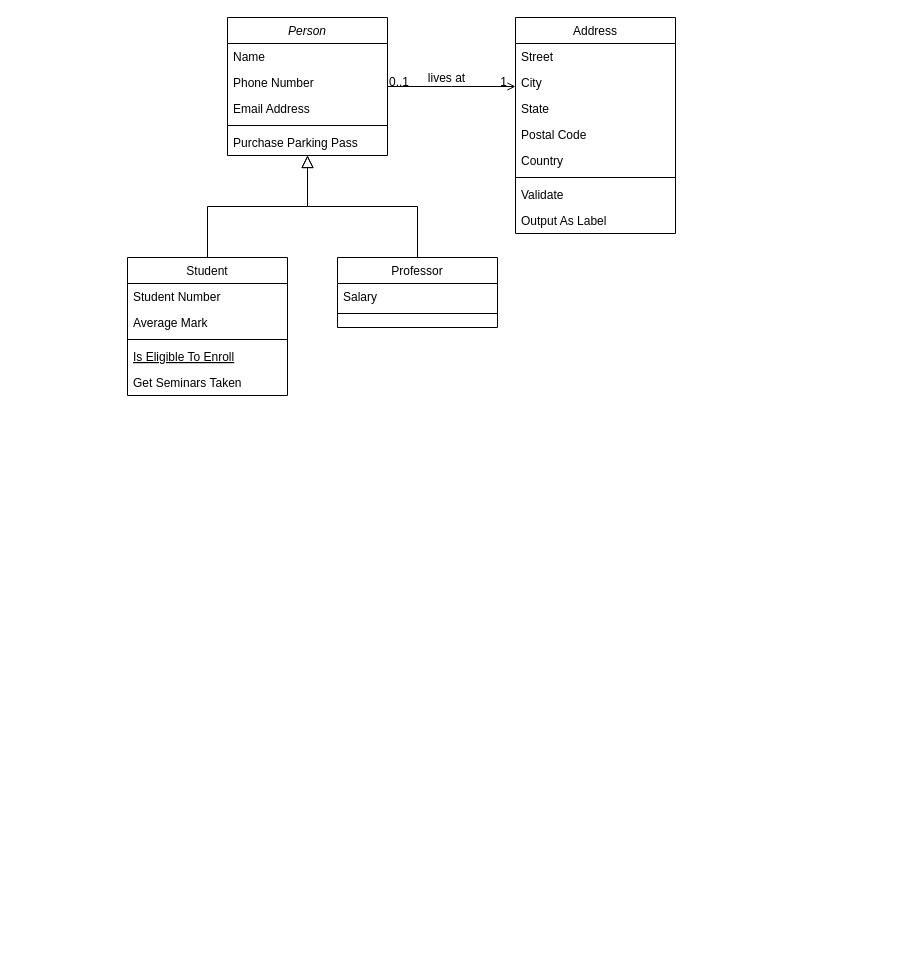
Above: ClassDiagram.drawio in klorb014/blackjack-trainer (draw.io), before the change. Source tidied: cells renumbered, new cells numbered last; positions are measured from the earlier drawing's top-left corner, leaving out a move shared by most shapes. Both pictures are drawn from the tidied source at 100%, with x=0, y=0 at pixel (127, 17).
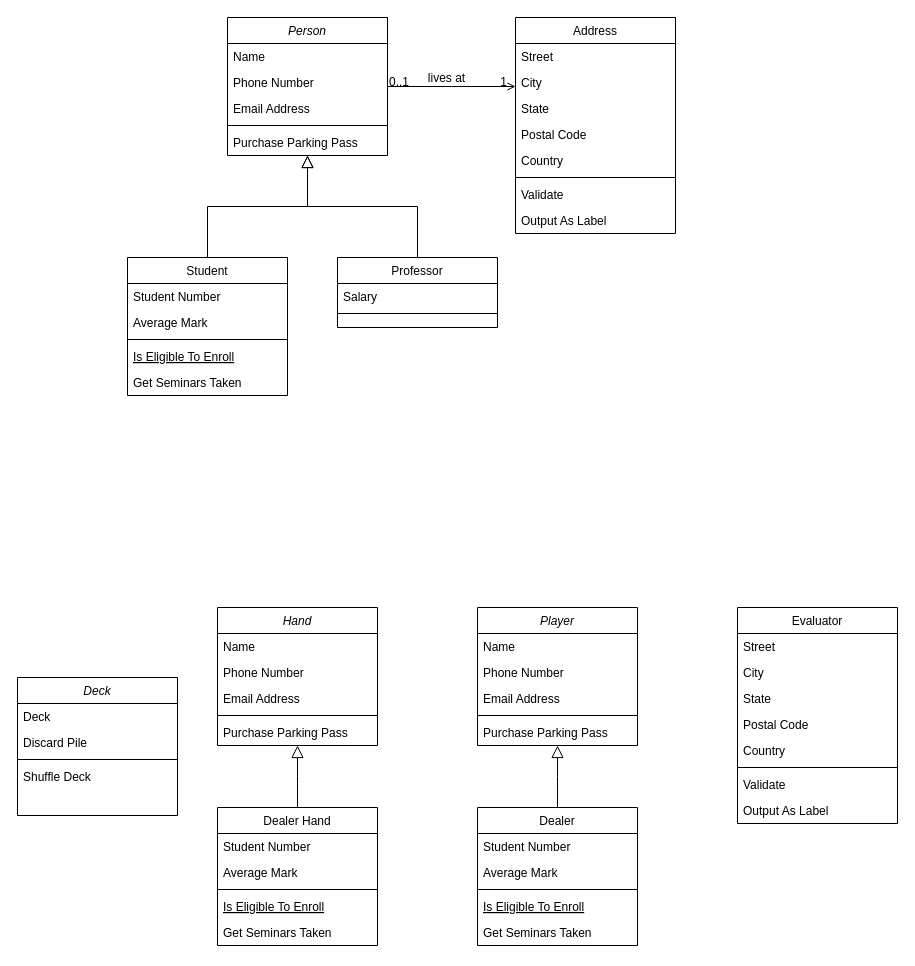
The same page after the edit.

Change to the diagram source:
```diff
@@
+    <mxCell id="32" value="Hand" style="swimlane;fontStyle=2;align=center;verticalAlign=top;horizontal=1;startSize=26;rounded=0;shadow=0;strokeWidth=1;" parent="1" vertex="1">
+      <mxGeometry x="90" y="590" width="160" height="138" as="geometry" />
+    </mxCell>
+    <mxCell id="33" value="Name" style="text;align=left;verticalAlign=top;spacingLeft=4;spacingRight=4;overflow=hidden;" parent="32" vertex="1">
+      <mxGeometry y="26" width="160" height="26" as="geometry" />
+    </mxCell>
+    <mxCell id="34" value="Phone Number" style="text;align=left;verticalAlign=top;spacingLeft=4;spacingRight=4;overflow=hidden;rounded=0;shadow=0;html=0;" parent="32" vertex="1">
+      <mxGeometry y="52" width="160" height="26" as="geometry" />
+    </mxCell>
+    <mxCell id="35" value="Email Address" style="text;align=left;verticalAlign=top;spacingLeft=4;spacingRight=4;overflow=hidden;rounded=0;shadow=0;html=0;" parent="32" vertex="1">
+      <mxGeometry y="78" width="160" height="26" as="geometry" />
+    </mxCell>
+    <mxCell id="36" style="line;html=1;strokeWidth=1;align=left;verticalAlign=middle;spacingTop=-1;spacingLeft=3;spacingRight=3;labelPosition=right;" parent="32" vertex="1">
+      <mxGeometry y="104" width="160" height="8" as="geometry" />
+    </mxCell>
+    <mxCell id="37" value="Purchase Parking Pass" style="text;align=left;verticalAlign=top;spacingLeft=4;spacingRight=4;overflow=hidden;" parent="32" vertex="1">
+      <mxGeometry y="112" width="160" height="26" as="geometry" />
+    </mxCell>
+    <mxCell id="38" value="Dealer Hand" style="swimlane;fontStyle=0;align=center;verticalAlign=top;horizontal=1;startSize=26;rounded=0;shadow=0;strokeWidth=1;" parent="1" vertex="1">
+      <mxGeometry x="90" y="790" width="160" height="138" as="geometry" />
+    </mxCell>
+    <mxCell id="39" value="Student Number" style="text;align=left;verticalAlign=top;spacingLeft=4;spacingRight=4;overflow=hidden;" parent="38" vertex="1">
+      <mxGeometry y="26" width="160" height="26" as="geometry" />
+    </mxCell>
+    <mxCell id="40" value="Average Mark" style="text;align=left;verticalAlign=top;spacingLeft=4;spacingRight=4;overflow=hidden;rounded=0;shadow=0;html=0;" parent="38" vertex="1">
+      <mxGeometry y="52" width="160" height="26" as="geometry" />
+    </mxCell>
+    <mxCell id="41" style="line;html=1;strokeWidth=1;align=left;verticalAlign=middle;spacingTop=-1;spacingLeft=3;spacingRight=3;labelPosition=right;" parent="38" vertex="1">
+      <mxGeometry y="78" width="160" height="8" as="geometry" />
+    </mxCell>
+    <mxCell id="42" value="Is Eligible To Enroll" style="text;align=left;verticalAlign=top;spacingLeft=4;spacingRight=4;overflow=hidden;fontStyle=4;" parent="38" vertex="1">
+      <mxGeometry y="86" width="160" height="26" as="geometry" />
+    </mxCell>
+    <mxCell id="43" value="Get Seminars Taken" style="text;align=left;verticalAlign=top;spacingLeft=4;spacingRight=4;overflow=hidden;" parent="38" vertex="1">
+      <mxGeometry y="112" width="160" height="26" as="geometry" />
+    </mxCell>
+    <mxCell id="44" style="endArrow=block;endSize=10;endFill=0;shadow=0;strokeWidth=1;rounded=0;edgeStyle=elbowEdgeStyle;elbow=vertical;" parent="1" edge="1" source="38" target="32">
+      <mxGeometry relative="1" as="geometry" />
+    </mxCell>
+    <mxCell id="45" value="Evaluator" style="swimlane;fontStyle=0;align=center;verticalAlign=top;horizontal=1;startSize=26;rounded=0;shadow=0;strokeWidth=1;" parent="1" vertex="1">
+      <mxGeometry x="610" y="590" width="160" height="216" as="geometry" />
+    </mxCell>
+    <mxCell id="46" value="Street" style="text;align=left;verticalAlign=top;spacingLeft=4;spacingRight=4;overflow=hidden;" parent="45" vertex="1">
+      <mxGeometry y="26" width="160" height="26" as="geometry" />
+    </mxCell>
+    <mxCell id="47" value="City" style="text;align=left;verticalAlign=top;spacingLeft=4;spacingRight=4;overflow=hidden;rounded=0;shadow=0;html=0;" parent="45" vertex="1">
+      <mxGeometry y="52" width="160" height="26" as="geometry" />
+    </mxCell>
+    <mxCell id="48" value="State" style="text;align=left;verticalAlign=top;spacingLeft=4;spacingRight=4;overflow=hidden;rounded=0;shadow=0;html=0;" parent="45" vertex="1">
+      <mxGeometry y="78" width="160" height="26" as="geometry" />
+    </mxCell>
+    <mxCell id="49" value="Postal Code" style="text;align=left;verticalAlign=top;spacingLeft=4;spacingRight=4;overflow=hidden;rounded=0;shadow=0;html=0;" parent="45" vertex="1">
+      <mxGeometry y="104" width="160" height="26" as="geometry" />
+    </mxCell>
+    <mxCell id="50" value="Country" style="text;align=left;verticalAlign=top;spacingLeft=4;spacingRight=4;overflow=hidden;rounded=0;shadow=0;html=0;" parent="45" vertex="1">
+      <mxGeometry y="130" width="160" height="26" as="geometry" />
+    </mxCell>
+    <mxCell id="51" style="line;html=1;strokeWidth=1;align=left;verticalAlign=middle;spacingTop=-1;spacingLeft=3;spacingRight=3;labelPosition=right;" parent="45" vertex="1">
+      <mxGeometry y="156" width="160" height="8" as="geometry" />
+    </mxCell>
+    <mxCell id="52" value="Validate" style="text;align=left;verticalAlign=top;spacingLeft=4;spacingRight=4;overflow=hidden;" parent="45" vertex="1">
+      <mxGeometry y="164" width="160" height="26" as="geometry" />
+    </mxCell>
+    <mxCell id="53" value="Output As Label" style="text;align=left;verticalAlign=top;spacingLeft=4;spacingRight=4;overflow=hidden;" parent="45" vertex="1">
+      <mxGeometry y="190" width="160" height="26" as="geometry" />
+    </mxCell>
+    <mxCell id="54" value="Deck" style="swimlane;fontStyle=2;align=center;verticalAlign=top;horizontal=1;startSize=26;rounded=0;shadow=0;strokeWidth=1;" parent="1" vertex="1">
+      <mxGeometry x="-110" y="660" width="160" height="138" as="geometry" />
+    </mxCell>
+    <mxCell id="55" value="Deck" style="text;align=left;verticalAlign=top;spacingLeft=4;spacingRight=4;overflow=hidden;" parent="54" vertex="1">
+      <mxGeometry y="26" width="160" height="26" as="geometry" />
+    </mxCell>
+    <mxCell id="56" value="Discard Pile" style="text;align=left;verticalAlign=top;spacingLeft=4;spacingRight=4;overflow=hidden;rounded=0;shadow=0;html=0;" parent="54" vertex="1">
+      <mxGeometry y="52" width="160" height="26" as="geometry" />
+    </mxCell>
+    <mxCell id="57" style="line;html=1;strokeWidth=1;align=left;verticalAlign=middle;spacingTop=-1;spacingLeft=3;spacingRight=3;labelPosition=right;" parent="54" vertex="1">
+      <mxGeometry y="78" width="160" height="8" as="geometry" />
+    </mxCell>
+    <mxCell id="58" value="Shuffle Deck" style="text;align=left;verticalAlign=top;spacingLeft=4;spacingRight=4;overflow=hidden;" parent="54" vertex="1">
+      <mxGeometry y="86" width="160" height="26" as="geometry" />
+    </mxCell>
+    <mxCell id="59" value="Player" style="swimlane;fontStyle=2;align=center;verticalAlign=top;horizontal=1;startSize=26;rounded=0;shadow=0;strokeWidth=1;" parent="1" vertex="1">
+      <mxGeometry x="350" y="590" width="160" height="138" as="geometry" />
+    </mxCell>
+    <mxCell id="60" value="Name" style="text;align=left;verticalAlign=top;spacingLeft=4;spacingRight=4;overflow=hidden;" parent="59" vertex="1">
+      <mxGeometry y="26" width="160" height="26" as="geometry" />
+    </mxCell>
+    <mxCell id="61" value="Phone Number" style="text;align=left;verticalAlign=top;spacingLeft=4;spacingRight=4;overflow=hidden;rounded=0;shadow=0;html=0;" parent="59" vertex="1">
+      <mxGeometry y="52" width="160" height="26" as="geometry" />
+    </mxCell>
+    <mxCell id="62" value="Email Address" style="text;align=left;verticalAlign=top;spacingLeft=4;spacingRight=4;overflow=hidden;rounded=0;shadow=0;html=0;" parent="59" vertex="1">
+      <mxGeometry y="78" width="160" height="26" as="geometry" />
+    </mxCell>
+    <mxCell id="63" style="line;html=1;strokeWidth=1;align=left;verticalAlign=middle;spacingTop=-1;spacingLeft=3;spacingRight=3;labelPosition=right;" parent="59" vertex="1">
+      <mxGeometry y="104" width="160" height="8" as="geometry" />
+    </mxCell>
+    <mxCell id="64" value="Purchase Parking Pass" style="text;align=left;verticalAlign=top;spacingLeft=4;spacingRight=4;overflow=hidden;" parent="59" vertex="1">
+      <mxGeometry y="112" width="160" height="26" as="geometry" />
+    </mxCell>
+    <mxCell id="65" value="Dealer" style="swimlane;fontStyle=0;align=center;verticalAlign=top;horizontal=1;startSize=26;rounded=0;shadow=0;strokeWidth=1;" parent="1" vertex="1">
+      <mxGeometry x="350" y="790" width="160" height="138" as="geometry" />
+    </mxCell>
+    <mxCell id="66" value="Student Number" style="text;align=left;verticalAlign=top;spacingLeft=4;spacingRight=4;overflow=hidden;" parent="65" vertex="1">
+      <mxGeometry y="26" width="160" height="26" as="geometry" />
+    </mxCell>
+    <mxCell id="67" value="Average Mark" style="text;align=left;verticalAlign=top;spacingLeft=4;spacingRight=4;overflow=hidden;rounded=0;shadow=0;html=0;" parent="65" vertex="1">
+      <mxGeometry y="52" width="160" height="26" as="geometry" />
+    </mxCell>
+    <mxCell id="68" style="line;html=1;strokeWidth=1;align=left;verticalAlign=middle;spacingTop=-1;spacingLeft=3;spacingRight=3;labelPosition=right;" parent="65" vertex="1">
+      <mxGeometry y="78" width="160" height="8" as="geometry" />
+    </mxCell>
+    <mxCell id="69" value="Is Eligible To Enroll" style="text;align=left;verticalAlign=top;spacingLeft=4;spacingRight=4;overflow=hidden;fontStyle=4;" parent="65" vertex="1">
+      <mxGeometry y="86" width="160" height="26" as="geometry" />
+    </mxCell>
+    <mxCell id="70" value="Get Seminars Taken" style="text;align=left;verticalAlign=top;spacingLeft=4;spacingRight=4;overflow=hidden;" parent="65" vertex="1">
+      <mxGeometry y="112" width="160" height="26" as="geometry" />
+    </mxCell>
+    <mxCell id="71" style="endArrow=block;endSize=10;endFill=0;shadow=0;strokeWidth=1;rounded=0;edgeStyle=elbowEdgeStyle;elbow=vertical;" parent="1" edge="1" source="65" target="59">
+      <mxGeometry relative="1" as="geometry" />
+    </mxCell>
```
